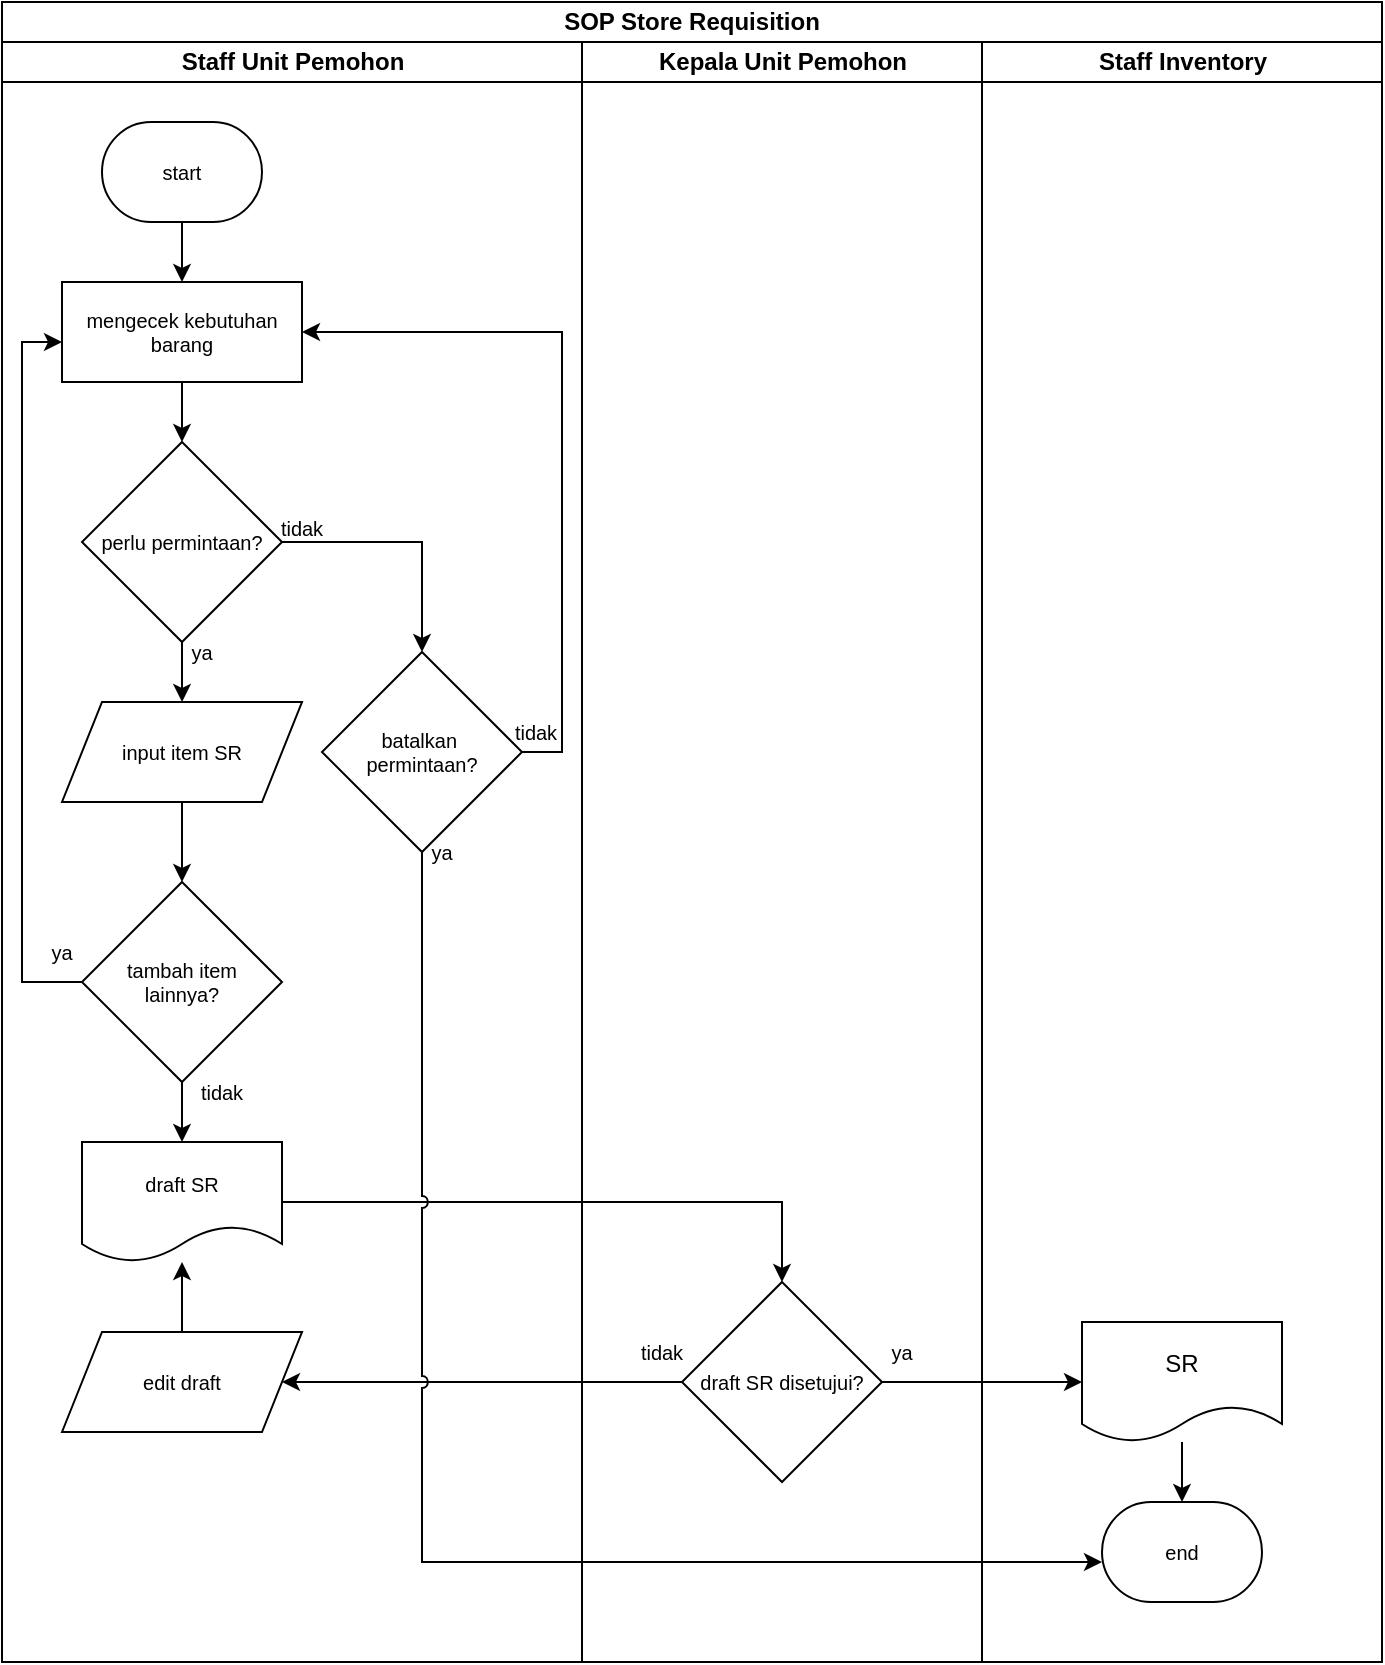
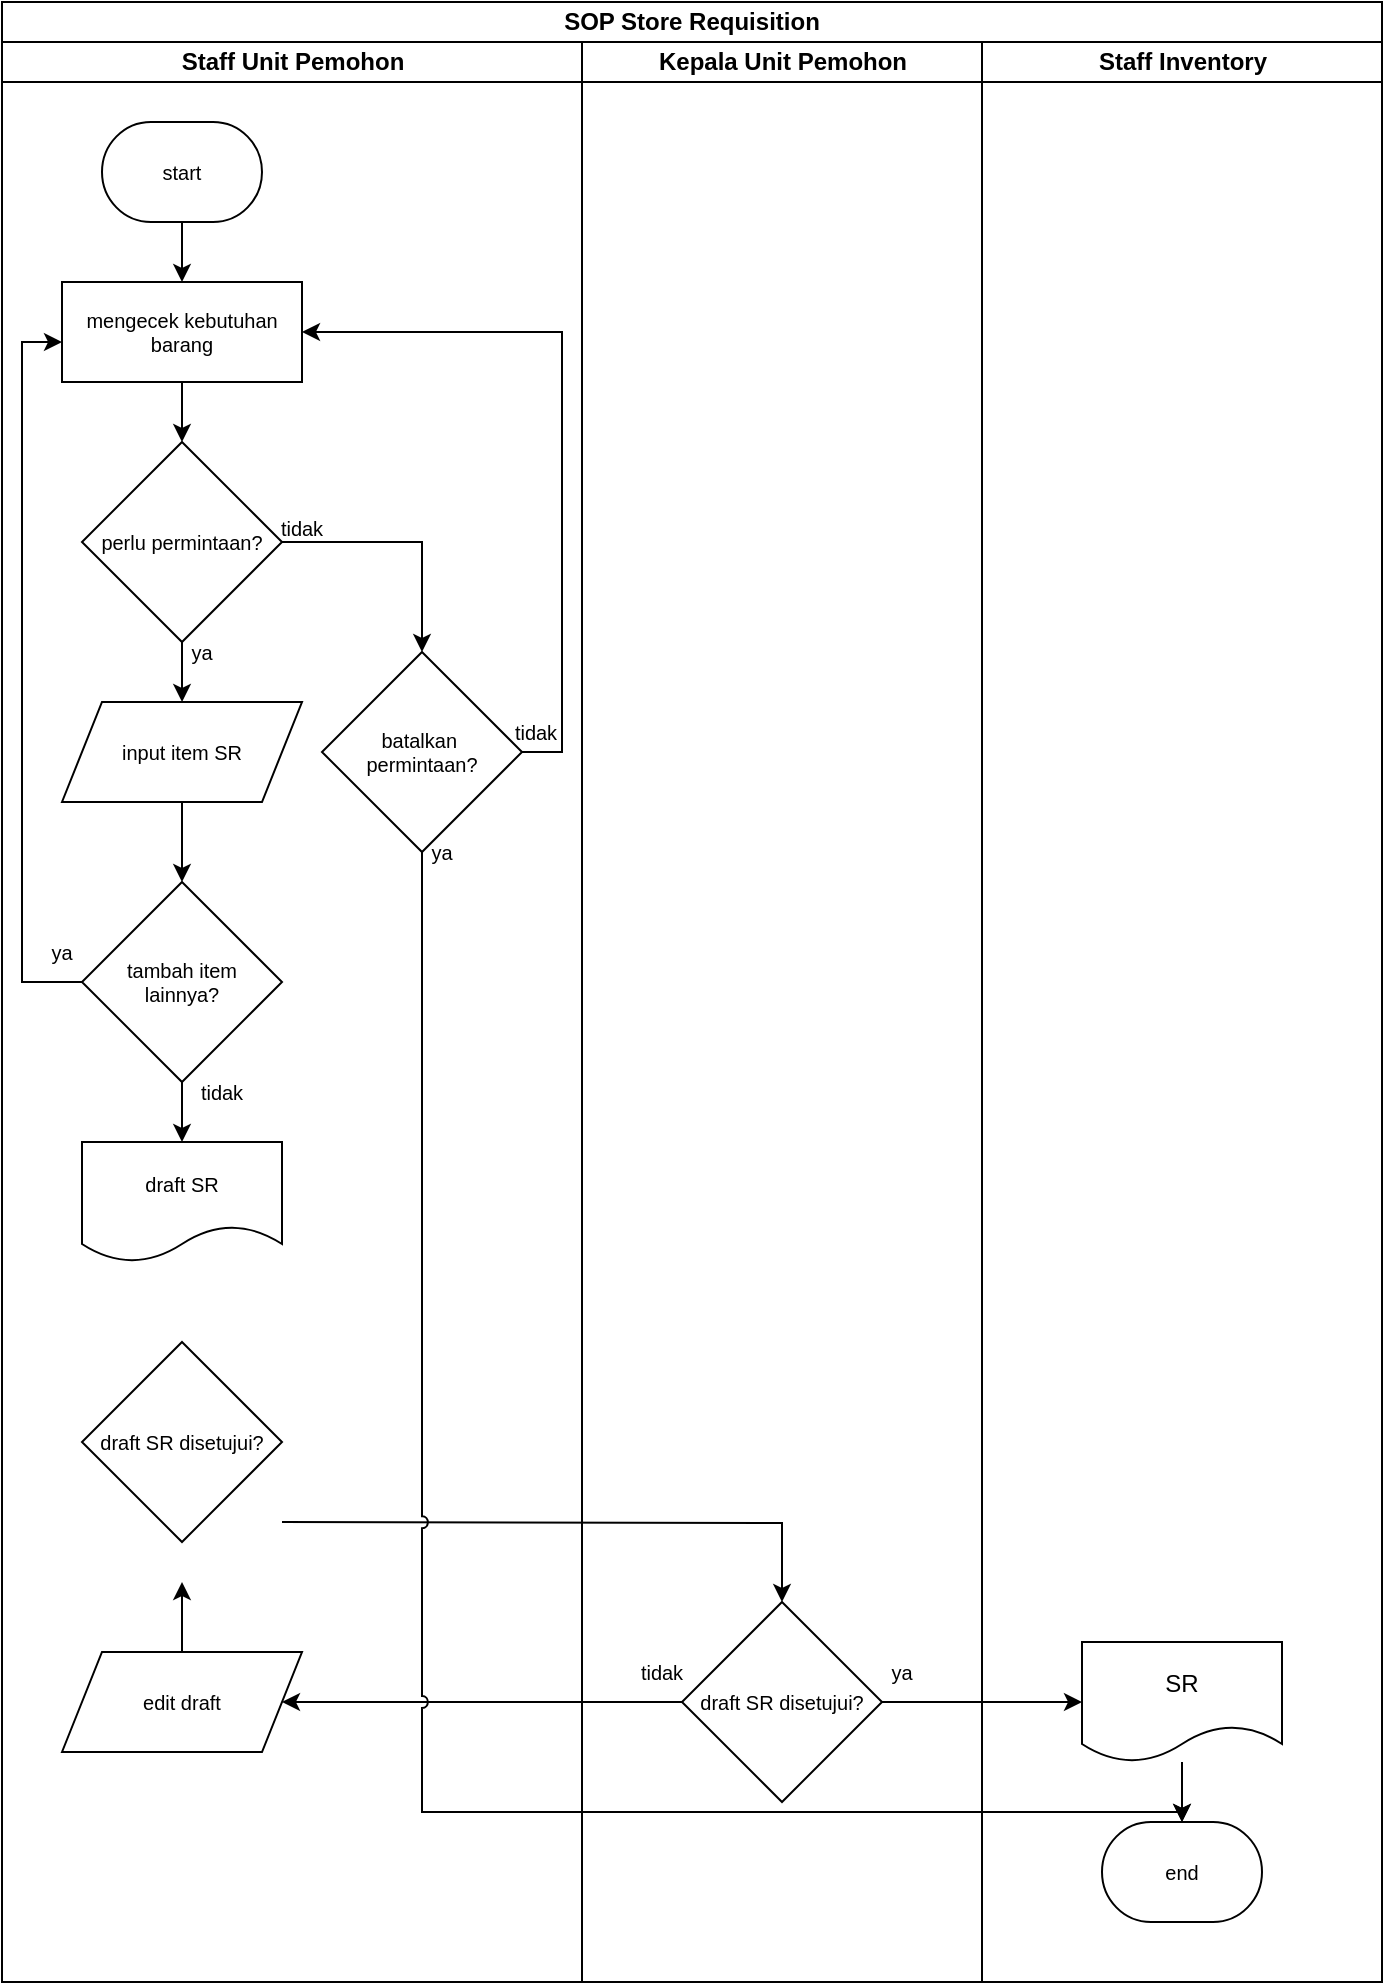
<mxfile host="app.diagrams.net" pages="2">
  <diagram name="SOP SR" id="mYAdajV0IufZudDyt58S">
    <mxGraphModel dx="1220" dy="688" grid="1" gridSize="10" guides="1" tooltips="1" connect="1" arrows="1" fold="1" page="1" pageScale="1" pageWidth="850" pageHeight="1100" math="0" shadow="0">
      <root>
        <mxCell id="ewqPmyVIHkz6pLOVAfYW-0" />
        <mxCell id="ewqPmyVIHkz6pLOVAfYW-1" parent="ewqPmyVIHkz6pLOVAfYW-0" />
        <mxCell id="ewqPmyVIHkz6pLOVAfYW-2" parent="ewqPmyVIHkz6pLOVAfYW-1" style="swimlane;html=1;childLayout=stackLayout;resizeParent=1;resizeParentMax=0;startSize=20;whiteSpace=wrap;" value="SOP Store Requisition" vertex="1">
-           <mxGeometry height="830" width="690" x="610" y="360" as="geometry">
+           <mxGeometry height="990" width="690" x="610" y="360" as="geometry">
            <mxRectangle height="30" width="210" x="140" y="110" as="alternateBounds" />
          </mxGeometry>
        </mxCell>
        <mxCell id="ewqPmyVIHkz6pLOVAfYW-3" parent="ewqPmyVIHkz6pLOVAfYW-2" style="swimlane;html=1;startSize=20;" value="Staff Unit Pemohon" vertex="1">
-           <mxGeometry height="810" width="290" y="20" as="geometry" />
+           <mxGeometry height="970" width="290" y="20" as="geometry" />
        </mxCell>
        <mxCell id="ewqPmyVIHkz6pLOVAfYW-4" parent="ewqPmyVIHkz6pLOVAfYW-3" style="strokeWidth=1;html=1;shape=mxgraph.flowchart.terminator;whiteSpace=wrap;fontSize=10;align=center;horizontal=1;spacing=0;" value="start" vertex="1">
          <mxGeometry height="50" width="80" x="50" y="40" as="geometry" />
        </mxCell>
        <mxCell id="ewqPmyVIHkz6pLOVAfYW-5" parent="ewqPmyVIHkz6pLOVAfYW-3" style="rounded=0;whiteSpace=wrap;html=1;absoluteArcSize=1;arcSize=7;strokeWidth=1;fontSize=10;" value="mengecek kebutuhan barang" vertex="1">
          <mxGeometry height="50" width="120" x="30" y="120" as="geometry" />
        </mxCell>
        <mxCell id="ewqPmyVIHkz6pLOVAfYW-6" edge="1" parent="ewqPmyVIHkz6pLOVAfYW-3" source="ewqPmyVIHkz6pLOVAfYW-5" style="edgeStyle=orthogonalEdgeStyle;rounded=0;orthogonalLoop=1;jettySize=auto;html=1;" value="">
          <mxGeometry relative="1" as="geometry">
            <mxPoint x="90" y="200" as="targetPoint" />
          </mxGeometry>
        </mxCell>
        <mxCell id="ewqPmyVIHkz6pLOVAfYW-7" edge="1" parent="ewqPmyVIHkz6pLOVAfYW-3" source="ewqPmyVIHkz6pLOVAfYW-4" style="edgeStyle=orthogonalEdgeStyle;rounded=0;orthogonalLoop=1;jettySize=auto;html=1;" target="ewqPmyVIHkz6pLOVAfYW-5" value="">
          <mxGeometry relative="1" as="geometry" />
        </mxCell>
        <mxCell id="ewqPmyVIHkz6pLOVAfYW-8" edge="1" parent="ewqPmyVIHkz6pLOVAfYW-3" source="ewqPmyVIHkz6pLOVAfYW-9" style="edgeStyle=orthogonalEdgeStyle;rounded=0;orthogonalLoop=1;jettySize=auto;html=1;" value="">
          <mxGeometry relative="1" as="geometry">
            <mxPoint x="90.02564102564111" y="330" as="targetPoint" />
          </mxGeometry>
        </mxCell>
        <mxCell id="ewqPmyVIHkz6pLOVAfYW-9" parent="ewqPmyVIHkz6pLOVAfYW-3" style="rhombus;whiteSpace=wrap;html=1;fontSize=10;" value="perlu permintaan?" vertex="1">
          <mxGeometry height="100" width="100" x="40" y="200" as="geometry" />
        </mxCell>
        <mxCell id="ewqPmyVIHkz6pLOVAfYW-10" edge="1" parent="ewqPmyVIHkz6pLOVAfYW-3" source="ewqPmyVIHkz6pLOVAfYW-14" style="edgeStyle=orthogonalEdgeStyle;rounded=0;orthogonalLoop=1;jettySize=auto;html=1;" target="ewqPmyVIHkz6pLOVAfYW-13" value="">
          <mxGeometry relative="1" as="geometry">
            <Array as="points" />
            <mxPoint x="90" y="380" as="sourcePoint" />
          </mxGeometry>
        </mxCell>
        <mxCell id="ewqPmyVIHkz6pLOVAfYW-11" edge="1" parent="ewqPmyVIHkz6pLOVAfYW-3" source="ewqPmyVIHkz6pLOVAfYW-13" style="edgeStyle=orthogonalEdgeStyle;rounded=0;orthogonalLoop=1;jettySize=auto;html=1;" target="ewqPmyVIHkz6pLOVAfYW-5">
          <mxGeometry relative="1" as="geometry">
            <Array as="points">
              <mxPoint x="10" y="470" />
              <mxPoint x="10" y="150" />
            </Array>
            <mxPoint x="90" y="110" as="targetPoint" />
          </mxGeometry>
        </mxCell>
        <mxCell id="ewqPmyVIHkz6pLOVAfYW-12" edge="1" parent="ewqPmyVIHkz6pLOVAfYW-3" source="ewqPmyVIHkz6pLOVAfYW-13" style="edgeStyle=orthogonalEdgeStyle;rounded=0;orthogonalLoop=1;jettySize=auto;html=1;" value="">
          <mxGeometry relative="1" as="geometry">
            <mxPoint x="90" y="550" as="targetPoint" />
          </mxGeometry>
        </mxCell>
        <mxCell id="ewqPmyVIHkz6pLOVAfYW-13" parent="ewqPmyVIHkz6pLOVAfYW-3" style="rhombus;whiteSpace=wrap;html=1;fontSize=10;" value="tambah item&lt;div&gt;lainnya?&lt;/div&gt;" vertex="1">
          <mxGeometry height="100" width="100" x="40" y="420" as="geometry" />
        </mxCell>
        <mxCell id="ewqPmyVIHkz6pLOVAfYW-14" parent="ewqPmyVIHkz6pLOVAfYW-3" style="shape=parallelogram;perimeter=parallelogramPerimeter;whiteSpace=wrap;html=1;fixedSize=1;" value="&lt;div style=&quot;&quot;&gt;&lt;span style=&quot;font-size: 10px;&quot;&gt;input item SR&lt;/span&gt;&lt;/div&gt;" vertex="1">
          <mxGeometry height="50" width="120" x="30" y="330" as="geometry" />
        </mxCell>
        <mxCell id="ewqPmyVIHkz6pLOVAfYW-15" parent="ewqPmyVIHkz6pLOVAfYW-3" style="shape=document;whiteSpace=wrap;html=1;boundedLbl=1;" value="&lt;font style=&quot;font-size: 10px;&quot;&gt;draft SR&lt;/font&gt;" vertex="1">
          <mxGeometry height="60" width="100" x="40" y="550" as="geometry" />
        </mxCell>
-         <mxCell id="ewqPmyVIHkz6pLOVAfYW-16" edge="1" parent="ewqPmyVIHkz6pLOVAfYW-3" source="ewqPmyVIHkz6pLOVAfYW-17" style="edgeStyle=orthogonalEdgeStyle;rounded=0;orthogonalLoop=1;jettySize=auto;html=1;" target="ewqPmyVIHkz6pLOVAfYW-15" value="">
-           <mxGeometry relative="1" as="geometry" />
-         </mxCell>
-         <mxCell id="ewqPmyVIHkz6pLOVAfYW-17" parent="ewqPmyVIHkz6pLOVAfYW-3" style="shape=parallelogram;perimeter=parallelogramPerimeter;whiteSpace=wrap;html=1;fixedSize=1;" value="&lt;span style=&quot;font-size: 10px;&quot;&gt;edit draft&lt;/span&gt;" vertex="1">
-           <mxGeometry height="50" width="120" x="30" y="645" as="geometry" />
-         </mxCell>
        <mxCell id="ewqPmyVIHkz6pLOVAfYW-18" edge="1" parent="ewqPmyVIHkz6pLOVAfYW-3" source="ewqPmyVIHkz6pLOVAfYW-9" style="edgeStyle=orthogonalEdgeStyle;rounded=0;orthogonalLoop=1;jettySize=auto;html=1;" target="ewqPmyVIHkz6pLOVAfYW-20">
          <mxGeometry relative="1" as="geometry">
            <Array as="points">
              <mxPoint x="210" y="250" />
            </Array>
          </mxGeometry>
        </mxCell>
        <mxCell id="ewqPmyVIHkz6pLOVAfYW-19" edge="1" parent="ewqPmyVIHkz6pLOVAfYW-3" source="ewqPmyVIHkz6pLOVAfYW-20" style="edgeStyle=orthogonalEdgeStyle;rounded=0;orthogonalLoop=1;jettySize=auto;html=1;" target="ewqPmyVIHkz6pLOVAfYW-5">
          <mxGeometry relative="1" as="geometry">
            <Array as="points">
              <mxPoint x="280" y="355" />
              <mxPoint x="280" y="145" />
            </Array>
          </mxGeometry>
        </mxCell>
        <mxCell id="ewqPmyVIHkz6pLOVAfYW-20" parent="ewqPmyVIHkz6pLOVAfYW-3" style="rhombus;whiteSpace=wrap;html=1;fontSize=10;" value="batalkan&amp;nbsp;&lt;div&gt;permintaan?&lt;/div&gt;" vertex="1">
          <mxGeometry height="100" width="100" x="160" y="305" as="geometry" />
        </mxCell>
        <mxCell id="ewqPmyVIHkz6pLOVAfYW-21" parent="ewqPmyVIHkz6pLOVAfYW-3" style="text;html=1;align=center;verticalAlign=middle;whiteSpace=wrap;rounded=0;" value="&lt;font style=&quot;font-size: 10px;&quot;&gt;tidak&lt;/font&gt;" vertex="1">
          <mxGeometry height="30" width="60" x="120" y="228" as="geometry" />
        </mxCell>
        <mxCell id="ewqPmyVIHkz6pLOVAfYW-22" parent="ewqPmyVIHkz6pLOVAfYW-3" style="text;html=1;align=center;verticalAlign=middle;whiteSpace=wrap;rounded=0;" value="&lt;font style=&quot;font-size: 10px;&quot;&gt;ya&lt;/font&gt;" vertex="1">
          <mxGeometry height="30" width="60" x="70" y="290" as="geometry" />
        </mxCell>
        <mxCell id="ewqPmyVIHkz6pLOVAfYW-23" parent="ewqPmyVIHkz6pLOVAfYW-3" style="text;html=1;align=center;verticalAlign=middle;whiteSpace=wrap;rounded=0;" value="&lt;font style=&quot;font-size: 10px;&quot;&gt;tidak&lt;/font&gt;" vertex="1">
          <mxGeometry height="30" width="60" x="237" y="330" as="geometry" />
        </mxCell>
        <mxCell id="ewqPmyVIHkz6pLOVAfYW-24" parent="ewqPmyVIHkz6pLOVAfYW-3" style="text;html=1;align=center;verticalAlign=middle;whiteSpace=wrap;rounded=0;" value="&lt;font style=&quot;font-size: 10px;&quot;&gt;ya&lt;/font&gt;" vertex="1">
          <mxGeometry height="30" width="60" x="190" y="390" as="geometry" />
        </mxCell>
        <mxCell id="ewqPmyVIHkz6pLOVAfYW-25" parent="ewqPmyVIHkz6pLOVAfYW-3" style="text;html=1;align=center;verticalAlign=middle;whiteSpace=wrap;rounded=0;" value="&lt;font style=&quot;font-size: 10px;&quot;&gt;tidak&lt;/font&gt;" vertex="1">
          <mxGeometry height="30" width="60" x="80" y="510" as="geometry" />
        </mxCell>
        <mxCell id="ewqPmyVIHkz6pLOVAfYW-26" parent="ewqPmyVIHkz6pLOVAfYW-3" style="text;html=1;align=center;verticalAlign=middle;whiteSpace=wrap;rounded=0;" value="&lt;font style=&quot;font-size: 10px;&quot;&gt;ya&lt;/font&gt;" vertex="1">
          <mxGeometry height="30" width="60" y="440" as="geometry" />
        </mxCell>
        <mxCell id="ewqPmyVIHkz6pLOVAfYW-27" parent="ewqPmyVIHkz6pLOVAfYW-2" style="swimlane;html=1;startSize=20;" value="Kepala Unit Pemohon" vertex="1">
-           <mxGeometry height="810" width="200" x="290" y="20" as="geometry" />
-         </mxCell>
-         <mxCell id="ewqPmyVIHkz6pLOVAfYW-28" parent="ewqPmyVIHkz6pLOVAfYW-27" style="rhombus;whiteSpace=wrap;html=1;fontSize=10;" value="draft SR disetujui?" vertex="1">
-           <mxGeometry height="100" width="100" x="50" y="620" as="geometry" />
-         </mxCell>
-         <mxCell id="ewqPmyVIHkz6pLOVAfYW-29" parent="ewqPmyVIHkz6pLOVAfYW-27" style="text;html=1;align=center;verticalAlign=middle;whiteSpace=wrap;rounded=0;" value="&lt;font style=&quot;font-size: 10px;&quot;&gt;tidak&lt;/font&gt;" vertex="1">
-           <mxGeometry height="30" width="60" x="10" y="640" as="geometry" />
-         </mxCell>
-         <mxCell id="ewqPmyVIHkz6pLOVAfYW-30" parent="ewqPmyVIHkz6pLOVAfYW-27" style="text;html=1;align=center;verticalAlign=middle;whiteSpace=wrap;rounded=0;" value="&lt;font style=&quot;font-size: 10px;&quot;&gt;ya&lt;/font&gt;" vertex="1">
-           <mxGeometry height="30" width="60" x="130" y="640" as="geometry" />
+           <mxGeometry height="970" width="200" x="290" y="20" as="geometry" />
        </mxCell>
        <mxCell id="ewqPmyVIHkz6pLOVAfYW-31" parent="ewqPmyVIHkz6pLOVAfYW-2" style="swimlane;html=1;startSize=20;" value="Staff Inventory" vertex="1">
-           <mxGeometry height="810" width="200" x="490" y="20" as="geometry">
+           <mxGeometry height="970" width="200" x="490" y="20" as="geometry">
            <mxRectangle height="810" width="40" x="490" y="20" as="alternateBounds" />
          </mxGeometry>
        </mxCell>
+         <mxCell id="OhGSODvtPTQOCyl8h_7D-0" parent="ewqPmyVIHkz6pLOVAfYW-31" style="rhombus;whiteSpace=wrap;html=1;fontSize=10;" value="draft SR disetujui?" vertex="1">
+           <mxGeometry height="100" width="100" x="-450" y="650" as="geometry" />
+         </mxCell>
+         <mxCell id="ewqPmyVIHkz6pLOVAfYW-16" edge="1" parent="ewqPmyVIHkz6pLOVAfYW-31" source="ewqPmyVIHkz6pLOVAfYW-17" style="edgeStyle=orthogonalEdgeStyle;rounded=0;orthogonalLoop=1;jettySize=auto;html=1;" value="">
+           <mxGeometry relative="1" as="geometry">
+             <mxPoint x="-400" y="770" as="targetPoint" />
+           </mxGeometry>
+         </mxCell>
+         <mxCell id="ewqPmyVIHkz6pLOVAfYW-17" parent="ewqPmyVIHkz6pLOVAfYW-31" style="shape=parallelogram;perimeter=parallelogramPerimeter;whiteSpace=wrap;html=1;fixedSize=1;" value="&lt;span style=&quot;font-size: 10px;&quot;&gt;edit draft&lt;/span&gt;" vertex="1">
+           <mxGeometry height="50" width="120" x="-460" y="805" as="geometry" />
+         </mxCell>
+         <mxCell id="ewqPmyVIHkz6pLOVAfYW-28" parent="ewqPmyVIHkz6pLOVAfYW-31" style="rhombus;whiteSpace=wrap;html=1;fontSize=10;" value="draft SR disetujui?" vertex="1">
+           <mxGeometry height="100" width="100" x="-150" y="780" as="geometry" />
+         </mxCell>
+         <mxCell id="ewqPmyVIHkz6pLOVAfYW-29" parent="ewqPmyVIHkz6pLOVAfYW-31" style="text;html=1;align=center;verticalAlign=middle;whiteSpace=wrap;rounded=0;" value="&lt;font style=&quot;font-size: 10px;&quot;&gt;tidak&lt;/font&gt;" vertex="1">
+           <mxGeometry height="30" width="60" x="-190" y="800" as="geometry" />
+         </mxCell>
+         <mxCell id="ewqPmyVIHkz6pLOVAfYW-30" parent="ewqPmyVIHkz6pLOVAfYW-31" style="text;html=1;align=center;verticalAlign=middle;whiteSpace=wrap;rounded=0;" value="&lt;font style=&quot;font-size: 10px;&quot;&gt;ya&lt;/font&gt;" vertex="1">
+           <mxGeometry height="30" width="60" x="-70" y="800" as="geometry" />
+         </mxCell>
        <mxCell id="ewqPmyVIHkz6pLOVAfYW-32" edge="1" parent="ewqPmyVIHkz6pLOVAfYW-31" source="ewqPmyVIHkz6pLOVAfYW-33" style="edgeStyle=orthogonalEdgeStyle;rounded=0;orthogonalLoop=1;jettySize=auto;html=1;" target="ewqPmyVIHkz6pLOVAfYW-34" value="">
          <mxGeometry relative="1" as="geometry" />
        </mxCell>
        <mxCell id="ewqPmyVIHkz6pLOVAfYW-33" parent="ewqPmyVIHkz6pLOVAfYW-31" style="shape=document;whiteSpace=wrap;html=1;boundedLbl=1;" value="SR" vertex="1">
-           <mxGeometry height="60" width="100" x="50" y="640" as="geometry" />
+           <mxGeometry height="60" width="100" x="50" y="800" as="geometry" />
        </mxCell>
        <mxCell id="ewqPmyVIHkz6pLOVAfYW-34" parent="ewqPmyVIHkz6pLOVAfYW-31" style="strokeWidth=1;html=1;shape=mxgraph.flowchart.terminator;whiteSpace=wrap;fontSize=10;align=center;horizontal=1;spacing=0;" value="end" vertex="1">
-           <mxGeometry height="50" width="80" x="60" y="730" as="geometry" />
-         </mxCell>
-         <mxCell id="ewqPmyVIHkz6pLOVAfYW-35" edge="1" parent="ewqPmyVIHkz6pLOVAfYW-2" source="ewqPmyVIHkz6pLOVAfYW-15" style="edgeStyle=orthogonalEdgeStyle;rounded=0;orthogonalLoop=1;jettySize=auto;html=1;" target="ewqPmyVIHkz6pLOVAfYW-28">
-           <mxGeometry relative="1" as="geometry" />
-         </mxCell>
-         <mxCell id="ewqPmyVIHkz6pLOVAfYW-36" edge="1" parent="ewqPmyVIHkz6pLOVAfYW-2" source="ewqPmyVIHkz6pLOVAfYW-28" style="edgeStyle=orthogonalEdgeStyle;rounded=0;orthogonalLoop=1;jettySize=auto;html=1;" target="ewqPmyVIHkz6pLOVAfYW-33" value="">
-           <mxGeometry relative="1" as="geometry" />
-         </mxCell>
-         <mxCell id="ewqPmyVIHkz6pLOVAfYW-37" edge="1" parent="ewqPmyVIHkz6pLOVAfYW-2" source="ewqPmyVIHkz6pLOVAfYW-28" style="edgeStyle=orthogonalEdgeStyle;rounded=0;orthogonalLoop=1;jettySize=auto;html=1;" target="ewqPmyVIHkz6pLOVAfYW-17">
+           <mxGeometry height="50" width="80" x="60" y="890" as="geometry" />
+         </mxCell>
+         <mxCell id="ewqPmyVIHkz6pLOVAfYW-35" edge="1" parent="ewqPmyVIHkz6pLOVAfYW-31" style="edgeStyle=orthogonalEdgeStyle;rounded=0;orthogonalLoop=1;jettySize=auto;html=1;" target="ewqPmyVIHkz6pLOVAfYW-28">
+           <mxGeometry relative="1" as="geometry">
+             <mxPoint x="-350" y="740" as="sourcePoint" />
+           </mxGeometry>
+         </mxCell>
+         <mxCell id="ewqPmyVIHkz6pLOVAfYW-36" edge="1" parent="ewqPmyVIHkz6pLOVAfYW-31" source="ewqPmyVIHkz6pLOVAfYW-28" style="edgeStyle=orthogonalEdgeStyle;rounded=0;orthogonalLoop=1;jettySize=auto;html=1;" target="ewqPmyVIHkz6pLOVAfYW-33" value="">
+           <mxGeometry relative="1" as="geometry" />
+         </mxCell>
+         <mxCell id="ewqPmyVIHkz6pLOVAfYW-37" edge="1" parent="ewqPmyVIHkz6pLOVAfYW-31" source="ewqPmyVIHkz6pLOVAfYW-28" style="edgeStyle=orthogonalEdgeStyle;rounded=0;orthogonalLoop=1;jettySize=auto;html=1;" target="ewqPmyVIHkz6pLOVAfYW-17">
          <mxGeometry relative="1" as="geometry">
            <Array as="points" />
-             <mxPoint x="100" y="690" as="targetPoint" />
+             <mxPoint x="-390" y="830" as="targetPoint" />
          </mxGeometry>
        </mxCell>
        <mxCell id="ewqPmyVIHkz6pLOVAfYW-38" edge="1" parent="ewqPmyVIHkz6pLOVAfYW-2" source="ewqPmyVIHkz6pLOVAfYW-20" style="edgeStyle=orthogonalEdgeStyle;rounded=0;orthogonalLoop=1;jettySize=auto;html=1;jumpStyle=arc;" target="ewqPmyVIHkz6pLOVAfYW-34">
          <mxGeometry relative="1" as="geometry">
            <Array as="points">
-               <mxPoint x="210" y="780" />
+               <mxPoint x="210" y="905" />
            </Array>
          </mxGeometry>
        </mxCell>
      </root>
    </mxGraphModel>
  </diagram>
  <diagram name="SOP PR" id="-7YdF_Z_4hD_neaPn9do">
    <mxGraphModel dx="849" dy="478" grid="1" gridSize="10" guides="1" tooltips="1" connect="1" arrows="1" fold="1" page="1" pageScale="1" pageWidth="850" pageHeight="1100" math="0" shadow="0">
      <root>
        <mxCell id="0" />
        <mxCell id="1" parent="0" />
        <mxCell id="FgAdxiRBUQnmOL_wIOqZ-3" parent="1" style="swimlane;html=1;childLayout=stackLayout;resizeParent=1;resizeParentMax=0;startSize=20;whiteSpace=wrap;" value="SOP Purchase Requisition" vertex="1">
          <mxGeometry height="830" width="690" x="610" y="360" as="geometry">
            <mxRectangle height="30" width="210" x="140" y="110" as="alternateBounds" />
          </mxGeometry>
        </mxCell>
        <mxCell id="FgAdxiRBUQnmOL_wIOqZ-4" parent="FgAdxiRBUQnmOL_wIOqZ-3" style="swimlane;html=1;startSize=20;" value="Staff Inventory" vertex="1">
          <mxGeometry height="810" width="290" y="20" as="geometry" />
        </mxCell>
        <mxCell id="FgAdxiRBUQnmOL_wIOqZ-5" parent="FgAdxiRBUQnmOL_wIOqZ-4" style="strokeWidth=1;html=1;shape=mxgraph.flowchart.terminator;whiteSpace=wrap;fontSize=10;align=center;horizontal=1;spacing=0;" value="start" vertex="1">
          <mxGeometry height="50" width="80" x="50" y="40" as="geometry" />
        </mxCell>
        <mxCell id="FgAdxiRBUQnmOL_wIOqZ-6" parent="FgAdxiRBUQnmOL_wIOqZ-4" style="rounded=0;whiteSpace=wrap;html=1;absoluteArcSize=1;arcSize=7;strokeWidth=1;fontSize=10;" value="mengecek stok&lt;div&gt;barang&lt;/div&gt;" vertex="1">
          <mxGeometry height="50" width="120" x="30" y="120" as="geometry" />
        </mxCell>
        <mxCell id="FgAdxiRBUQnmOL_wIOqZ-7" edge="1" parent="FgAdxiRBUQnmOL_wIOqZ-4" source="FgAdxiRBUQnmOL_wIOqZ-6" style="edgeStyle=orthogonalEdgeStyle;rounded=0;orthogonalLoop=1;jettySize=auto;html=1;" value="">
          <mxGeometry relative="1" as="geometry">
            <mxPoint x="90" y="200" as="targetPoint" />
          </mxGeometry>
        </mxCell>
        <mxCell id="FgAdxiRBUQnmOL_wIOqZ-8" edge="1" parent="FgAdxiRBUQnmOL_wIOqZ-4" source="FgAdxiRBUQnmOL_wIOqZ-5" style="edgeStyle=orthogonalEdgeStyle;rounded=0;orthogonalLoop=1;jettySize=auto;html=1;" target="FgAdxiRBUQnmOL_wIOqZ-6" value="">
          <mxGeometry relative="1" as="geometry" />
        </mxCell>
        <mxCell id="FgAdxiRBUQnmOL_wIOqZ-9" edge="1" parent="FgAdxiRBUQnmOL_wIOqZ-4" source="FgAdxiRBUQnmOL_wIOqZ-10" style="edgeStyle=orthogonalEdgeStyle;rounded=0;orthogonalLoop=1;jettySize=auto;html=1;" value="">
          <mxGeometry relative="1" as="geometry">
            <mxPoint x="90.02564102564111" y="330" as="targetPoint" />
          </mxGeometry>
        </mxCell>
        <mxCell id="FgAdxiRBUQnmOL_wIOqZ-10" parent="FgAdxiRBUQnmOL_wIOqZ-4" style="rhombus;whiteSpace=wrap;html=1;fontSize=10;" value="perlu&lt;div&gt;pengadaan?&lt;/div&gt;" vertex="1">
          <mxGeometry height="100" width="100" x="40" y="200" as="geometry" />
        </mxCell>
        <mxCell id="FgAdxiRBUQnmOL_wIOqZ-11" edge="1" parent="FgAdxiRBUQnmOL_wIOqZ-4" source="FgAdxiRBUQnmOL_wIOqZ-15" style="edgeStyle=orthogonalEdgeStyle;rounded=0;orthogonalLoop=1;jettySize=auto;html=1;" target="FgAdxiRBUQnmOL_wIOqZ-14" value="">
          <mxGeometry relative="1" as="geometry">
            <Array as="points" />
            <mxPoint x="90" y="380" as="sourcePoint" />
          </mxGeometry>
        </mxCell>
        <mxCell id="FgAdxiRBUQnmOL_wIOqZ-12" edge="1" parent="FgAdxiRBUQnmOL_wIOqZ-4" source="FgAdxiRBUQnmOL_wIOqZ-14" style="edgeStyle=orthogonalEdgeStyle;rounded=0;orthogonalLoop=1;jettySize=auto;html=1;" target="FgAdxiRBUQnmOL_wIOqZ-6">
          <mxGeometry relative="1" as="geometry">
            <Array as="points">
              <mxPoint x="10" y="470" />
              <mxPoint x="10" y="150" />
            </Array>
            <mxPoint x="90" y="110" as="targetPoint" />
          </mxGeometry>
        </mxCell>
        <mxCell id="FgAdxiRBUQnmOL_wIOqZ-13" edge="1" parent="FgAdxiRBUQnmOL_wIOqZ-4" source="FgAdxiRBUQnmOL_wIOqZ-14" style="edgeStyle=orthogonalEdgeStyle;rounded=0;orthogonalLoop=1;jettySize=auto;html=1;" value="">
          <mxGeometry relative="1" as="geometry">
            <mxPoint x="90" y="550" as="targetPoint" />
          </mxGeometry>
        </mxCell>
        <mxCell id="FgAdxiRBUQnmOL_wIOqZ-14" parent="FgAdxiRBUQnmOL_wIOqZ-4" style="rhombus;whiteSpace=wrap;html=1;fontSize=10;" value="tambah item&lt;div&gt;lainnya?&lt;/div&gt;" vertex="1">
          <mxGeometry height="100" width="100" x="40" y="420" as="geometry" />
        </mxCell>
        <mxCell id="FgAdxiRBUQnmOL_wIOqZ-15" parent="FgAdxiRBUQnmOL_wIOqZ-4" style="shape=parallelogram;perimeter=parallelogramPerimeter;whiteSpace=wrap;html=1;fixedSize=1;" value="&lt;div style=&quot;font-size: 10px;&quot;&gt;&lt;font style=&quot;font-size: 10px;&quot;&gt;input&lt;/font&gt;&lt;/div&gt;&lt;div style=&quot;font-size: 10px;&quot;&gt;&lt;font style=&quot;font-size: 10px;&quot;&gt;item PR&lt;/font&gt;&lt;/div&gt;" vertex="1">
          <mxGeometry height="50" width="120" x="30" y="330" as="geometry" />
        </mxCell>
        <mxCell id="FgAdxiRBUQnmOL_wIOqZ-16" parent="FgAdxiRBUQnmOL_wIOqZ-4" style="shape=document;whiteSpace=wrap;html=1;boundedLbl=1;" value="&lt;font style=&quot;font-size: 10px;&quot;&gt;draft PR&lt;/font&gt;" vertex="1">
          <mxGeometry height="60" width="100" x="40" y="550" as="geometry" />
        </mxCell>
        <mxCell id="FgAdxiRBUQnmOL_wIOqZ-17" edge="1" parent="FgAdxiRBUQnmOL_wIOqZ-4" source="FgAdxiRBUQnmOL_wIOqZ-18" style="edgeStyle=orthogonalEdgeStyle;rounded=0;orthogonalLoop=1;jettySize=auto;html=1;" target="FgAdxiRBUQnmOL_wIOqZ-16" value="">
          <mxGeometry relative="1" as="geometry" />
        </mxCell>
        <mxCell id="FgAdxiRBUQnmOL_wIOqZ-18" parent="FgAdxiRBUQnmOL_wIOqZ-4" style="shape=parallelogram;perimeter=parallelogramPerimeter;whiteSpace=wrap;html=1;fixedSize=1;" value="&lt;span style=&quot;font-size: 10px;&quot;&gt;edit draft&lt;/span&gt;" vertex="1">
          <mxGeometry height="50" width="120" x="30" y="645" as="geometry" />
        </mxCell>
        <mxCell id="FgAdxiRBUQnmOL_wIOqZ-19" edge="1" parent="FgAdxiRBUQnmOL_wIOqZ-4" source="FgAdxiRBUQnmOL_wIOqZ-10" style="edgeStyle=orthogonalEdgeStyle;rounded=0;orthogonalLoop=1;jettySize=auto;html=1;" target="FgAdxiRBUQnmOL_wIOqZ-21">
          <mxGeometry relative="1" as="geometry">
            <Array as="points">
              <mxPoint x="210" y="250" />
            </Array>
          </mxGeometry>
        </mxCell>
        <mxCell id="FgAdxiRBUQnmOL_wIOqZ-20" edge="1" parent="FgAdxiRBUQnmOL_wIOqZ-4" source="FgAdxiRBUQnmOL_wIOqZ-21" style="edgeStyle=orthogonalEdgeStyle;rounded=0;orthogonalLoop=1;jettySize=auto;html=1;" target="FgAdxiRBUQnmOL_wIOqZ-6">
          <mxGeometry relative="1" as="geometry">
            <Array as="points">
              <mxPoint x="280" y="355" />
              <mxPoint x="280" y="145" />
            </Array>
          </mxGeometry>
        </mxCell>
        <mxCell id="FgAdxiRBUQnmOL_wIOqZ-21" parent="FgAdxiRBUQnmOL_wIOqZ-4" style="rhombus;whiteSpace=wrap;html=1;fontSize=10;" value="batalkan&lt;div&gt;pengadaan?&lt;/div&gt;" vertex="1">
          <mxGeometry height="100" width="100" x="160" y="305" as="geometry" />
        </mxCell>
        <mxCell id="FgAdxiRBUQnmOL_wIOqZ-22" parent="FgAdxiRBUQnmOL_wIOqZ-4" style="text;html=1;align=center;verticalAlign=middle;whiteSpace=wrap;rounded=0;" value="&lt;font style=&quot;font-size: 10px;&quot;&gt;tidak&lt;/font&gt;" vertex="1">
          <mxGeometry height="30" width="60" x="120" y="228" as="geometry" />
        </mxCell>
        <mxCell id="FgAdxiRBUQnmOL_wIOqZ-23" parent="FgAdxiRBUQnmOL_wIOqZ-4" style="text;html=1;align=center;verticalAlign=middle;whiteSpace=wrap;rounded=0;" value="&lt;font style=&quot;font-size: 10px;&quot;&gt;ya&lt;/font&gt;" vertex="1">
          <mxGeometry height="30" width="60" x="70" y="290" as="geometry" />
        </mxCell>
        <mxCell id="FgAdxiRBUQnmOL_wIOqZ-24" parent="FgAdxiRBUQnmOL_wIOqZ-4" style="text;html=1;align=center;verticalAlign=middle;whiteSpace=wrap;rounded=0;" value="&lt;font style=&quot;font-size: 10px;&quot;&gt;tidak&lt;/font&gt;" vertex="1">
          <mxGeometry height="30" width="60" x="237" y="330" as="geometry" />
        </mxCell>
        <mxCell id="FgAdxiRBUQnmOL_wIOqZ-25" parent="FgAdxiRBUQnmOL_wIOqZ-4" style="text;html=1;align=center;verticalAlign=middle;whiteSpace=wrap;rounded=0;" value="&lt;font style=&quot;font-size: 10px;&quot;&gt;ya&lt;/font&gt;" vertex="1">
          <mxGeometry height="30" width="60" x="190" y="390" as="geometry" />
        </mxCell>
        <mxCell id="FgAdxiRBUQnmOL_wIOqZ-26" parent="FgAdxiRBUQnmOL_wIOqZ-4" style="text;html=1;align=center;verticalAlign=middle;whiteSpace=wrap;rounded=0;" value="&lt;font style=&quot;font-size: 10px;&quot;&gt;tidak&lt;/font&gt;" vertex="1">
          <mxGeometry height="30" width="60" x="80" y="510" as="geometry" />
        </mxCell>
        <mxCell id="FgAdxiRBUQnmOL_wIOqZ-27" parent="FgAdxiRBUQnmOL_wIOqZ-4" style="text;html=1;align=center;verticalAlign=middle;whiteSpace=wrap;rounded=0;" value="&lt;font style=&quot;font-size: 10px;&quot;&gt;ya&lt;/font&gt;" vertex="1">
          <mxGeometry height="30" width="60" y="440" as="geometry" />
        </mxCell>
        <mxCell id="FgAdxiRBUQnmOL_wIOqZ-28" parent="FgAdxiRBUQnmOL_wIOqZ-3" style="swimlane;html=1;startSize=20;" value="Kepala Inventory" vertex="1">
          <mxGeometry height="810" width="200" x="290" y="20" as="geometry" />
        </mxCell>
        <mxCell id="FgAdxiRBUQnmOL_wIOqZ-29" parent="FgAdxiRBUQnmOL_wIOqZ-28" style="rhombus;whiteSpace=wrap;html=1;fontSize=10;" value="draft PR&lt;div&gt;disetujui?&lt;/div&gt;" vertex="1">
          <mxGeometry height="100" width="100" x="50" y="620" as="geometry" />
        </mxCell>
        <mxCell id="FgAdxiRBUQnmOL_wIOqZ-30" parent="FgAdxiRBUQnmOL_wIOqZ-28" style="text;html=1;align=center;verticalAlign=middle;whiteSpace=wrap;rounded=0;" value="&lt;font style=&quot;font-size: 10px;&quot;&gt;tidak&lt;/font&gt;" vertex="1">
          <mxGeometry height="30" width="60" x="10" y="640" as="geometry" />
        </mxCell>
        <mxCell id="FgAdxiRBUQnmOL_wIOqZ-31" parent="FgAdxiRBUQnmOL_wIOqZ-28" style="text;html=1;align=center;verticalAlign=middle;whiteSpace=wrap;rounded=0;" value="&lt;font style=&quot;font-size: 10px;&quot;&gt;ya&lt;/font&gt;" vertex="1">
          <mxGeometry height="30" width="60" x="130" y="640" as="geometry" />
        </mxCell>
        <mxCell id="FgAdxiRBUQnmOL_wIOqZ-32" parent="FgAdxiRBUQnmOL_wIOqZ-3" style="swimlane;html=1;startSize=20;" value="Staff Purchasing" vertex="1">
          <mxGeometry height="810" width="200" x="490" y="20" as="geometry">
            <mxRectangle height="810" width="40" x="490" y="20" as="alternateBounds" />
          </mxGeometry>
        </mxCell>
        <mxCell id="FgAdxiRBUQnmOL_wIOqZ-33" edge="1" parent="FgAdxiRBUQnmOL_wIOqZ-32" source="FgAdxiRBUQnmOL_wIOqZ-34" style="edgeStyle=orthogonalEdgeStyle;rounded=0;orthogonalLoop=1;jettySize=auto;html=1;" target="FgAdxiRBUQnmOL_wIOqZ-35" value="">
          <mxGeometry relative="1" as="geometry" />
        </mxCell>
        <mxCell id="FgAdxiRBUQnmOL_wIOqZ-34" parent="FgAdxiRBUQnmOL_wIOqZ-32" style="shape=document;whiteSpace=wrap;html=1;boundedLbl=1;" value="PR" vertex="1">
          <mxGeometry height="60" width="100" x="50" y="640" as="geometry" />
        </mxCell>
        <mxCell id="FgAdxiRBUQnmOL_wIOqZ-35" parent="FgAdxiRBUQnmOL_wIOqZ-32" style="strokeWidth=1;html=1;shape=mxgraph.flowchart.terminator;whiteSpace=wrap;fontSize=10;align=center;horizontal=1;spacing=0;" value="end" vertex="1">
          <mxGeometry height="50" width="80" x="60" y="730" as="geometry" />
        </mxCell>
        <mxCell id="FgAdxiRBUQnmOL_wIOqZ-36" edge="1" parent="FgAdxiRBUQnmOL_wIOqZ-3" source="FgAdxiRBUQnmOL_wIOqZ-16" style="edgeStyle=orthogonalEdgeStyle;rounded=0;orthogonalLoop=1;jettySize=auto;html=1;" target="FgAdxiRBUQnmOL_wIOqZ-29">
          <mxGeometry relative="1" as="geometry" />
        </mxCell>
        <mxCell id="FgAdxiRBUQnmOL_wIOqZ-37" edge="1" parent="FgAdxiRBUQnmOL_wIOqZ-3" source="FgAdxiRBUQnmOL_wIOqZ-29" style="edgeStyle=orthogonalEdgeStyle;rounded=0;orthogonalLoop=1;jettySize=auto;html=1;" target="FgAdxiRBUQnmOL_wIOqZ-34" value="">
          <mxGeometry relative="1" as="geometry" />
        </mxCell>
        <mxCell id="FgAdxiRBUQnmOL_wIOqZ-38" edge="1" parent="FgAdxiRBUQnmOL_wIOqZ-3" source="FgAdxiRBUQnmOL_wIOqZ-29" style="edgeStyle=orthogonalEdgeStyle;rounded=0;orthogonalLoop=1;jettySize=auto;html=1;" target="FgAdxiRBUQnmOL_wIOqZ-18">
          <mxGeometry relative="1" as="geometry">
            <Array as="points" />
            <mxPoint x="100" y="690" as="targetPoint" />
          </mxGeometry>
        </mxCell>
        <mxCell id="FgAdxiRBUQnmOL_wIOqZ-39" edge="1" parent="FgAdxiRBUQnmOL_wIOqZ-3" source="FgAdxiRBUQnmOL_wIOqZ-21" style="edgeStyle=orthogonalEdgeStyle;rounded=0;orthogonalLoop=1;jettySize=auto;html=1;jumpStyle=arc;" target="FgAdxiRBUQnmOL_wIOqZ-35">
          <mxGeometry relative="1" as="geometry">
            <Array as="points">
              <mxPoint x="210" y="780" />
            </Array>
          </mxGeometry>
        </mxCell>
      </root>
    </mxGraphModel>
  </diagram>
</mxfile>
